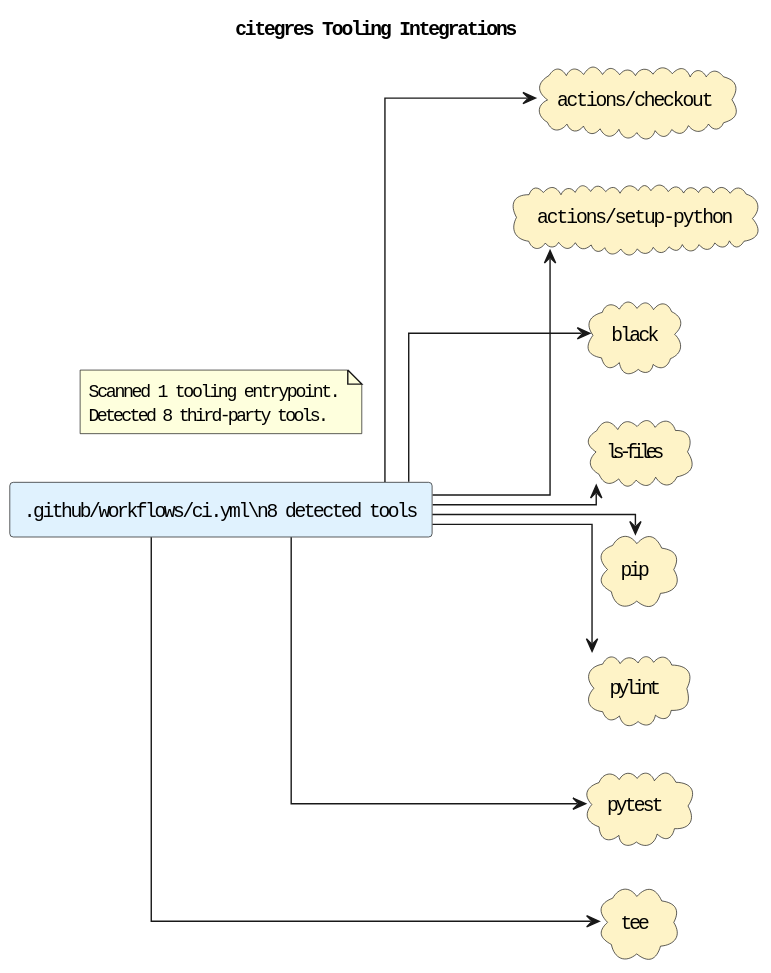
Before: docs/diagrams/tooling-integrations.puml.svg, a diagram exported from PlantUML (casonk/citegres). Its diagram source:
```plantuml
@startuml
title citegres Tooling Integrations
left to right direction
skinparam shadowing false
skinparam defaultFontName Monospace
skinparam componentStyle rectangle
skinparam linetype ortho
rectangle ".github/workflows/ci.yml\\n8 detected tools" as source_github_workflows_ci_yml #E0F2FE
cloud "actions/checkout" as tool_actions_checkout #FEF3C7
cloud "actions/setup-python" as tool_actions_setup_python #FEF3C7
cloud "black" as tool_black #FEF3C7
cloud "ls-files" as tool_ls_files #FEF3C7
cloud "pip" as tool_pip #FEF3C7
cloud "pylint" as tool_pylint #FEF3C7
cloud "pytest" as tool_pytest #FEF3C7
cloud "tee" as tool_tee #FEF3C7
source_github_workflows_ci_yml --> tool_actions_checkout
source_github_workflows_ci_yml --> tool_actions_setup_python
source_github_workflows_ci_yml --> tool_black
source_github_workflows_ci_yml --> tool_ls_files
source_github_workflows_ci_yml --> tool_pip
source_github_workflows_ci_yml --> tool_pylint
source_github_workflows_ci_yml --> tool_pytest
source_github_workflows_ci_yml --> tool_tee
note as toolingGraphSummary
Scanned 1 tooling entrypoint.
Detected 8 third-party tools.
end note
@enduml
```
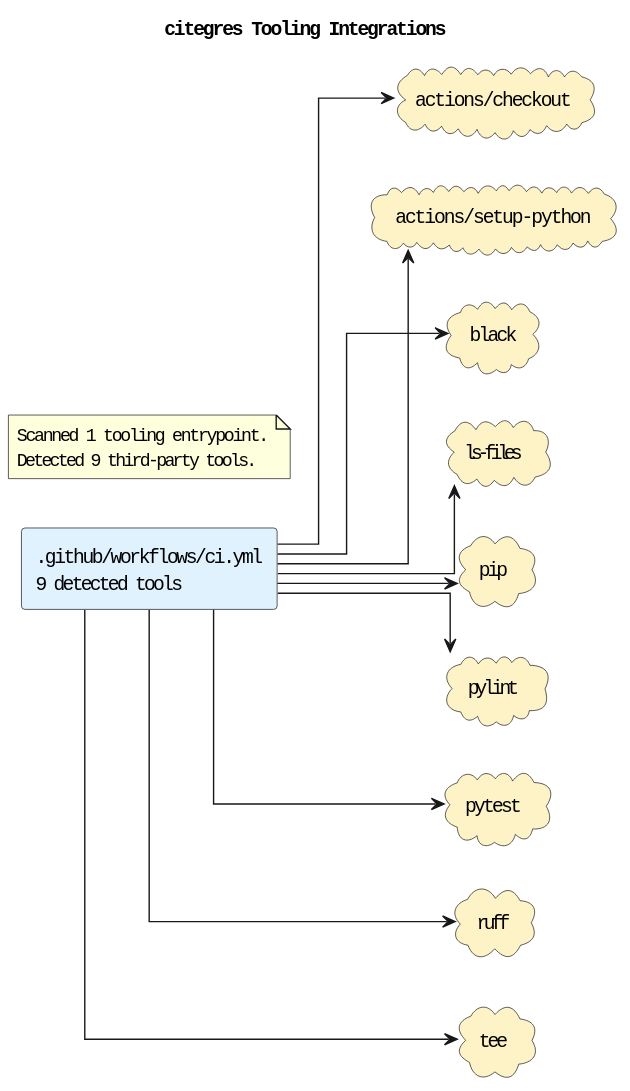
The same file after the commit.

Diff of the diagram source:
```diff
@@ -5,7 +5,7 @@
 skinparam defaultFontName Monospace
 skinparam componentStyle rectangle
 skinparam linetype ortho
-rectangle ".github/workflows/ci.yml\\n8 detected tools" as source_github_workflows_ci_yml #E0F2FE
+rectangle ".github/workflows/ci.yml\n9 detected tools" as source_github_workflows_ci_yml #E0F2FE
 cloud "actions/checkout" as tool_actions_checkout #FEF3C7
 cloud "actions/setup-python" as tool_actions_setup_python #FEF3C7
 cloud "black" as tool_black #FEF3C7
@@ -13,6 +13,7 @@
 cloud "pip" as tool_pip #FEF3C7
 cloud "pylint" as tool_pylint #FEF3C7
 cloud "pytest" as tool_pytest #FEF3C7
+cloud "ruff" as tool_ruff #FEF3C7
 cloud "tee" as tool_tee #FEF3C7
 source_github_workflows_ci_yml --> tool_actions_checkout
 source_github_workflows_ci_yml --> tool_actions_setup_python
@@ -21,9 +22,10 @@
 source_github_workflows_ci_yml --> tool_pip
 source_github_workflows_ci_yml --> tool_pylint
 source_github_workflows_ci_yml --> tool_pytest
+source_github_workflows_ci_yml --> tool_ruff
 source_github_workflows_ci_yml --> tool_tee
 note as toolingGraphSummary
 Scanned 1 tooling entrypoint.
-Detected 8 third-party tools.
+Detected 9 third-party tools.
 end note
 @enduml
```
